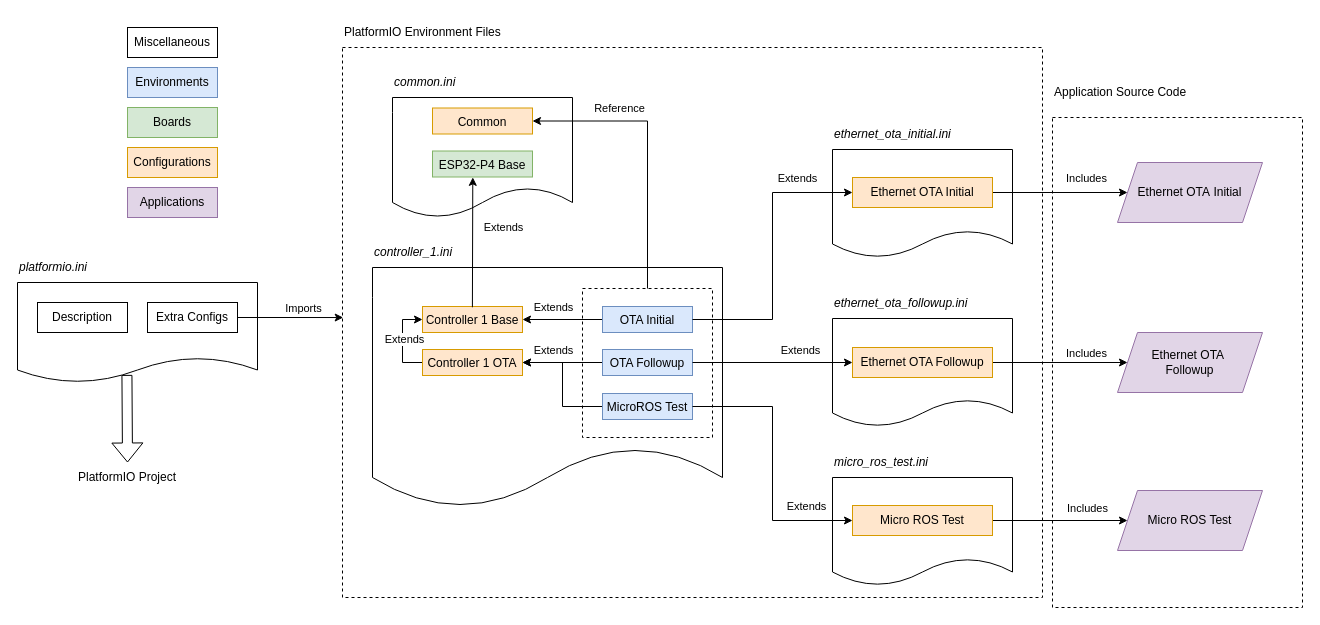
Legohead259/ESP32-P4-Test keeps this draw.io diagram as docs/charts/pio_environment_diagram.drawio. Above is the earlier version. Source tidied: cells renumbered, new cells numbered last; positions are measured from the earlier drawing's top-left corner, leaving out a move shared by most shapes. Both pictures are drawn from the tidied source at 100%, with x=0, y=0 at pixel (17, 17).
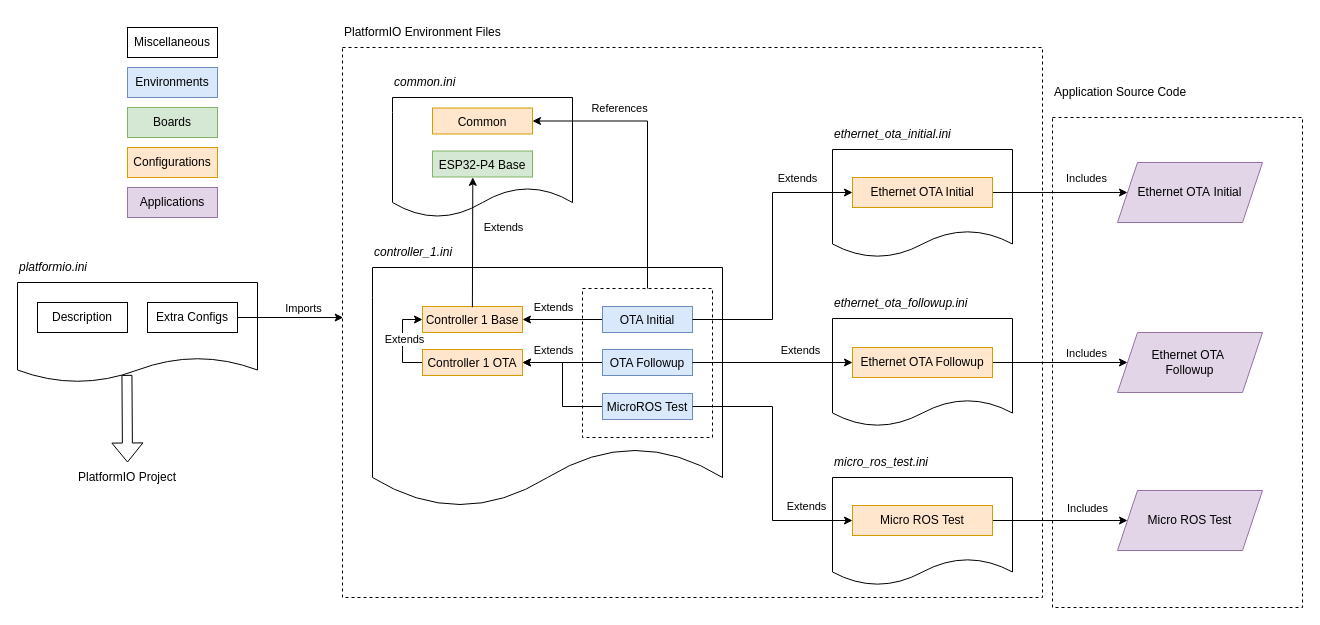
Above is the later version.

The change refers to these unchanged cells:
```xml
<mxCell id="61" style="edgeStyle=orthogonalEdgeStyle;rounded=0;jettySize=auto;html=1;exitX=0.5;exitY=0;exitDx=0;exitDy=0;entryX=1;entryY=0.5;entryDx=0;entryDy=0;" parent="1" edge="1" source="51" target="56">
  <mxGeometry relative="1" as="geometry" />
</mxCell>
```

What changed in the source:
```diff
@@
-    <mxCell id="62" value="Reference" style="edgeLabel;html=1;align=center;verticalAlign=middle;" parent="61" vertex="1">
+    <mxCell id="62" value="References" style="edgeLabel;html=1;align=center;verticalAlign=middle;" parent="61" vertex="1">
       <mxGeometry x="0.39" y="-1" relative="1" as="geometry">
         <mxPoint y="-12" as="offset" />
       </mxGeometry>
     </mxCell>
```
